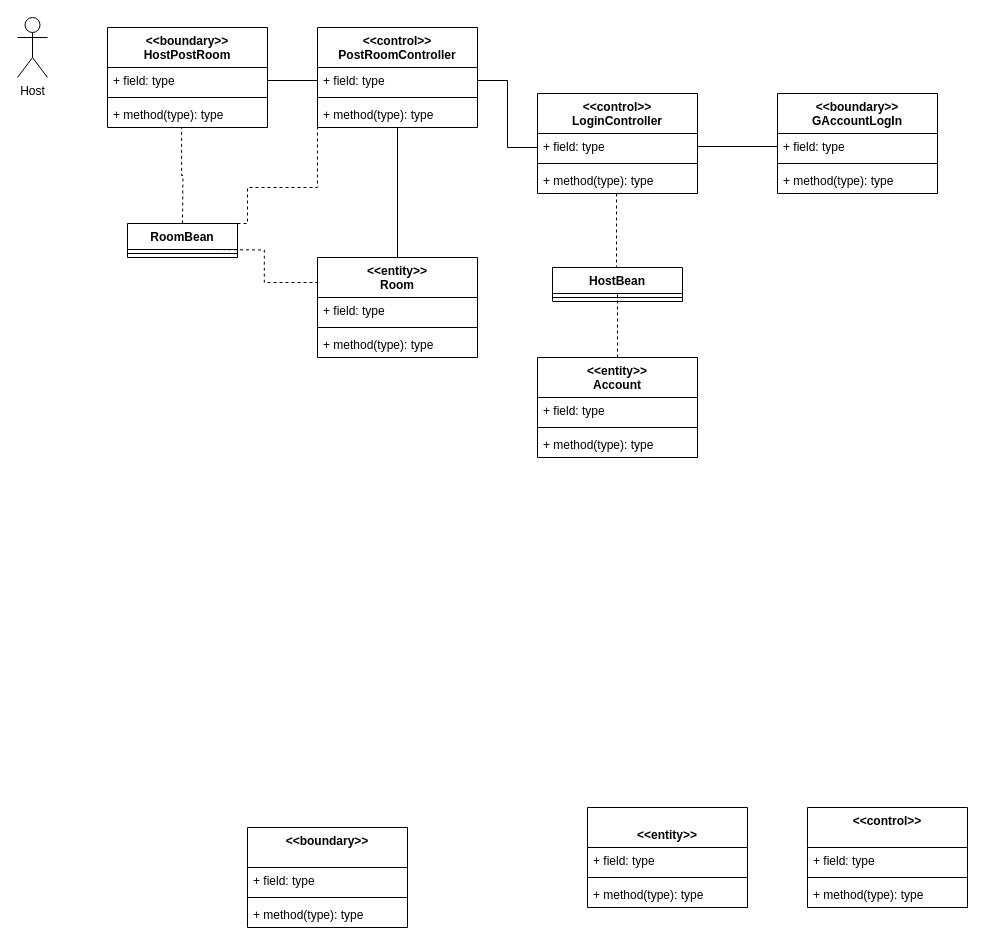
This is Docs/VoPC PostRoom.drawio from nic-agos/DoveStudi, a draw.io file, before an edit. Source tidied: cells renumbered, new cells numbered last; positions are measured from the earlier drawing's top-left corner, leaving out a move shared by most shapes. Both pictures are drawn from the tidied source at 100%, with x=0, y=0 at pixel (17, 17).
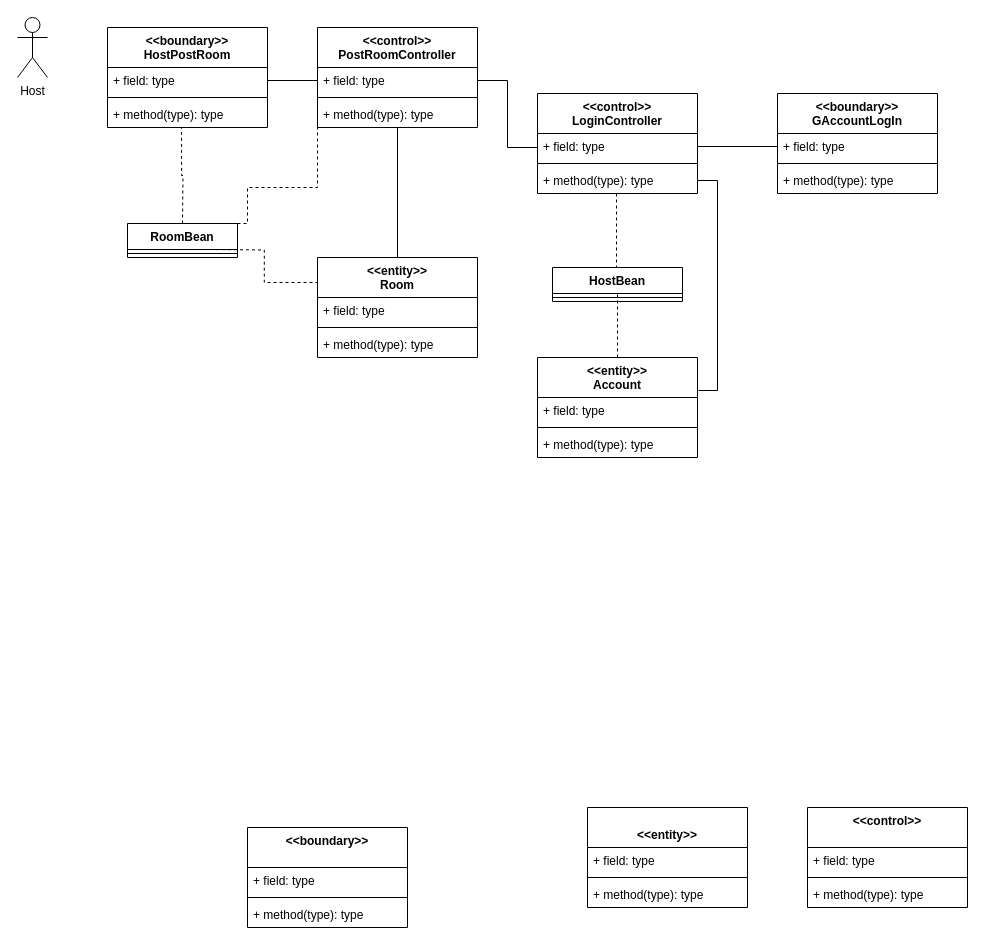
The same page after the edit.

Unchanged cells that the change refers to:
```xml
<mxCell id="20" value="&lt;&lt;entity&gt;&gt;&#10;Account" style="swimlane;fontStyle=1;align=center;verticalAlign=top;horizontal=1;startSize=40;" parent="1" vertex="1">
  <mxGeometry x="520" y="340" width="160" height="100" as="geometry" />
</mxCell>
<mxCell id="32" value="+ method(type): type" style="text;strokeColor=none;fillColor=none;align=left;verticalAlign=top;spacingLeft=4;spacingRight=4;overflow=hidden;points=[[0,0.5],[1,0.5]];portConstraint=eastwest;" parent="29" vertex="1">
  <mxGeometry y="74" width="160" height="26" as="geometry" />
</mxCell>
```

Change to the diagram source:
```diff
@@
+    <mxCell id="51" style="edgeStyle=orthogonalEdgeStyle;rounded=0;jettySize=auto;html=1;exitX=1;exitY=0.5;exitDx=0;exitDy=0;entryX=1.006;entryY=0.33;entryDx=0;entryDy=0;entryPerimeter=0;endArrow=none;endFill=0;" parent="1" edge="1" source="32" target="20">
+      <mxGeometry relative="1" as="geometry" />
+    </mxCell>
```
